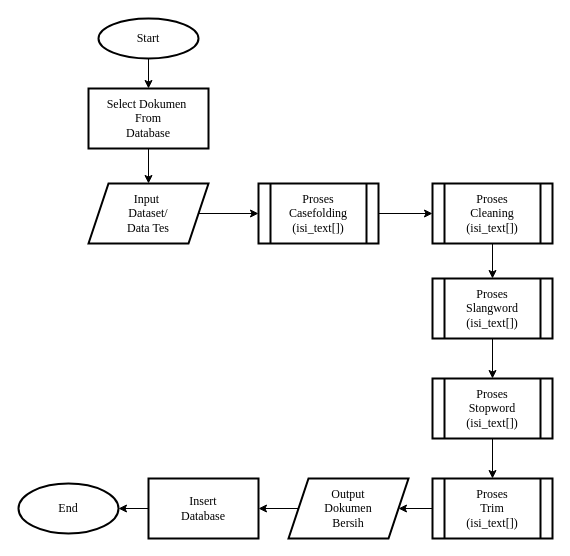
Earlier version of the draw.io diagram Paper_1711502821_Wahyu Desena/Draw.io/Flowchart/Preprocessing.drawio (desenawahyu17/similarity-checker). Source tidied: cells renumbered, new cells numbered last; positions are measured from the earlier drawing's top-left corner, leaving out a move shared by most shapes. Both pictures are drawn from the tidied source at 100%, with x=0, y=0 at pixel (18, 18).
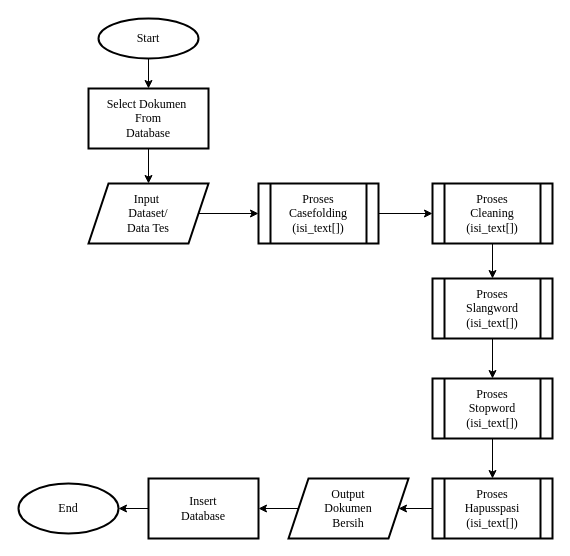
Above is the later version.

Change to the diagram source:
```diff
@@
-    <mxCell id="18" value="&lt;font face=&quot;Times New Roman&quot;&gt;Proses&lt;br&gt;Trim&lt;br&gt;(isi_text[])&lt;/font&gt;" style="shape=process;whiteSpace=wrap;html=1;backgroundOutline=1;strokeWidth=2;" parent="1" vertex="1">
+    <mxCell id="18" value="&lt;font face=&quot;Times New Roman&quot;&gt;Proses&lt;br&gt;Hapusspasi&lt;br&gt;(isi_text[])&lt;/font&gt;" style="shape=process;whiteSpace=wrap;html=1;backgroundOutline=1;strokeWidth=2;" parent="1" vertex="1">
       <mxGeometry x="414" y="460" width="120" height="60" as="geometry" />
     </mxCell>
```
